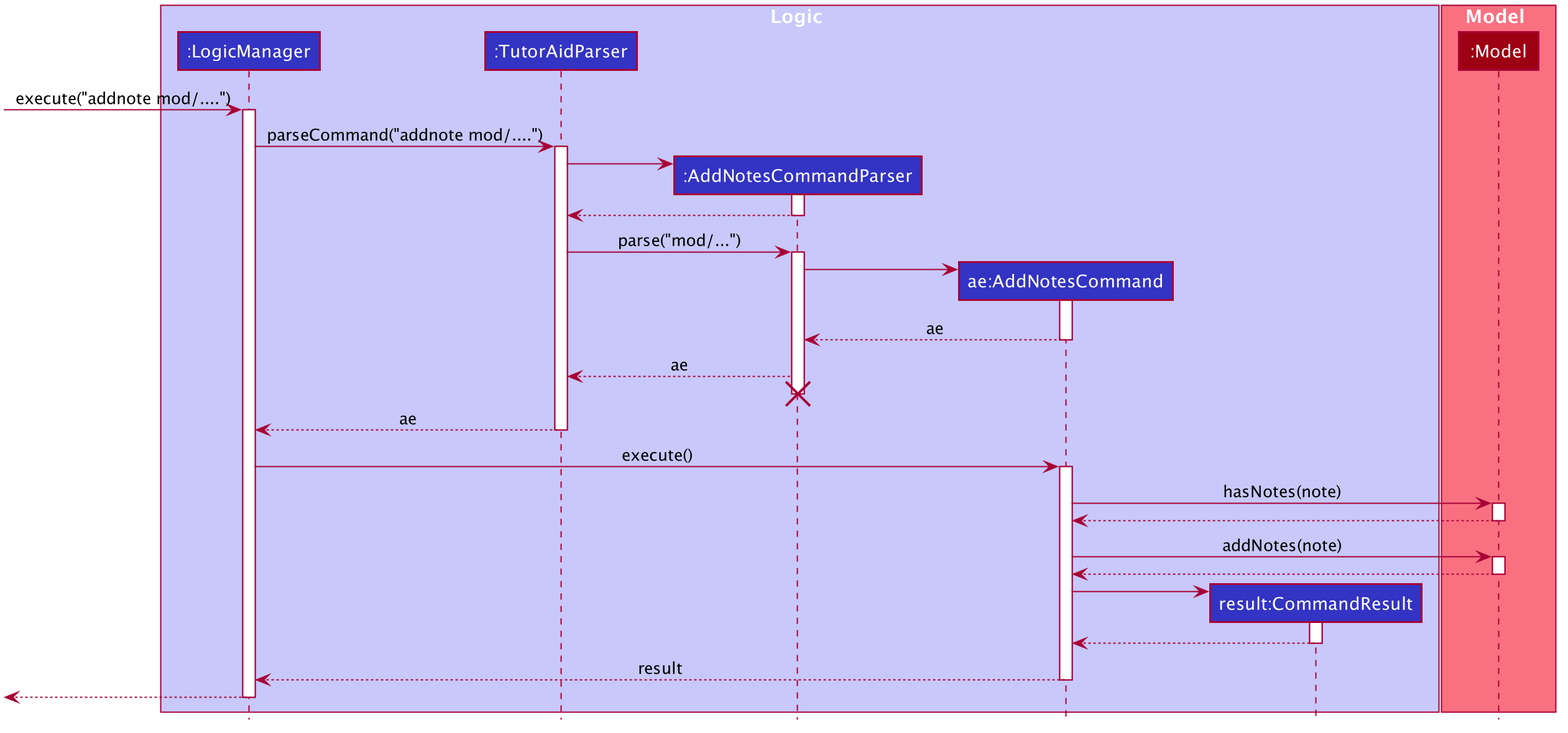
This is docs/images/AddNotesSequenceDiagram.png from nus-cs2103-AY1920S1/addressbook-level3, a PlantUML export, as it was before one commit.
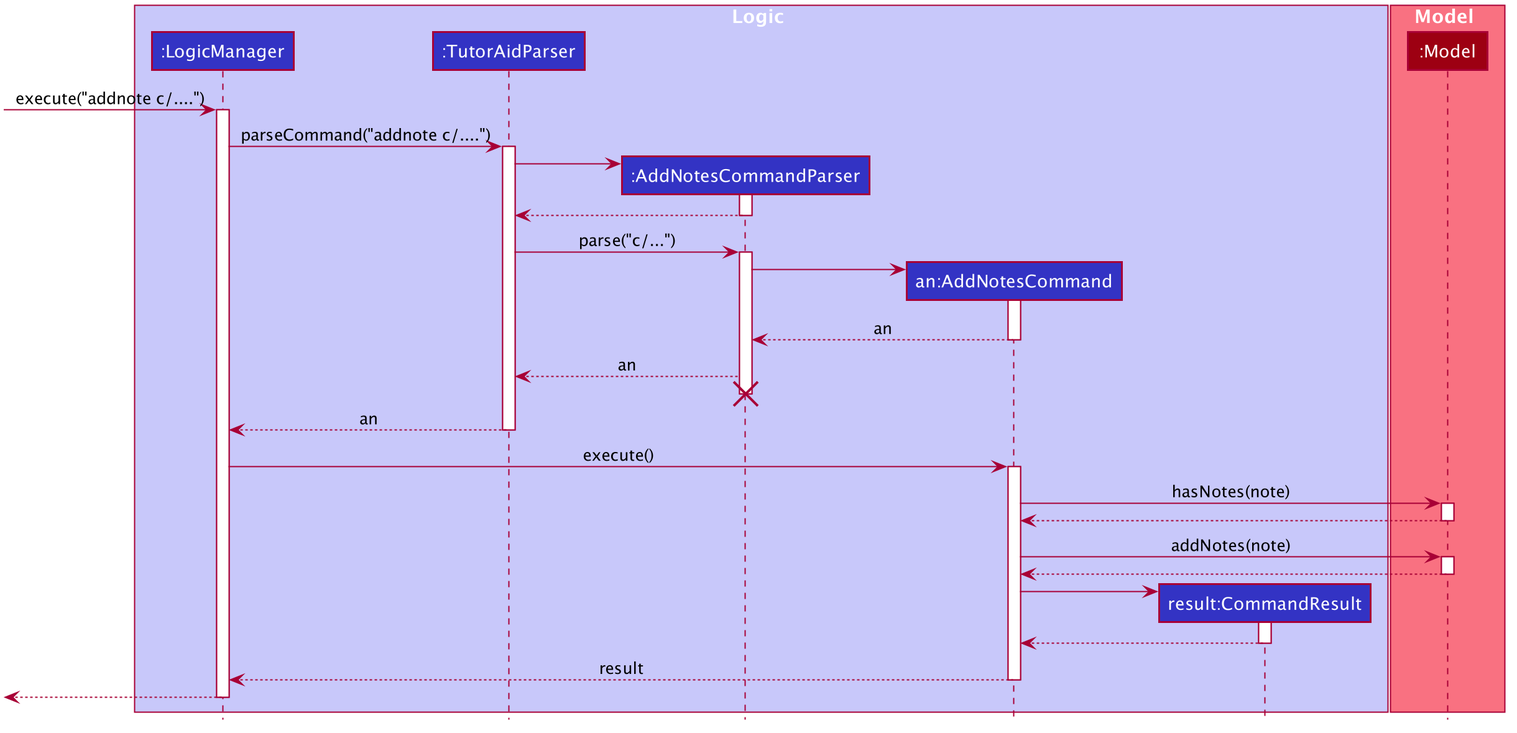
After the commit.

The edit, as a diff of the source:
```diff
@@ -52,7 +52,7 @@
 participant ":LogicManager" as LogicManager #3333C4
 participant ":TutorAidParser" as TutorAidParser #3333C4
 participant ":AddNotesCommandParser" as AddNotesCommandParser #3333C4
-participant "ae:AddNotesCommand" as AddNotesCommand #3333C4
+participant "an:AddNotesCommand" as AddNotesCommand #3333C4
 participant "result:CommandResult" as CommandResult #3333C4
 end box
 
@@ -60,10 +60,10 @@
 participant ":Model" as Model #9D0012
 end box
 
-[-> LogicManager : execute("addnote mod/....")
+[-> LogicManager : execute("addnote c/....")
 activate LogicManager
 
-LogicManager -> TutorAidParser : parseCommand("addnote mod/....")
+LogicManager -> TutorAidParser : parseCommand("addnote c/....")
 activate TutorAidParser
 
 create AddNotesCommandParser
@@ -73,22 +73,22 @@
 AddNotesCommandParser --> TutorAidParser
 deactivate AddNotesCommandParser
 
-TutorAidParser -> AddNotesCommandParser : parse("mod/...")
+TutorAidParser -> AddNotesCommandParser : parse("c/...")
 activate AddNotesCommandParser
 
 create AddNotesCommand
 AddNotesCommandParser -> AddNotesCommand
 activate AddNotesCommand
 
-AddNotesCommand --> AddNotesCommandParser : ae
+AddNotesCommand --> AddNotesCommandParser : an
 deactivate AddNotesCommand
 
-AddNotesCommandParser --> TutorAidParser : ae
+AddNotesCommandParser --> TutorAidParser : an
 deactivate AddNotesCommand
 AddNotesCommandParser -[hidden]-> TutorAidParser
 destroy AddNotesCommandParser
 
-TutorAidParser --> LogicManager : ae
+TutorAidParser --> LogicManager : an
 deactivate TutorAidParser
 
 LogicManager -> AddNotesCommand : execute()
```
